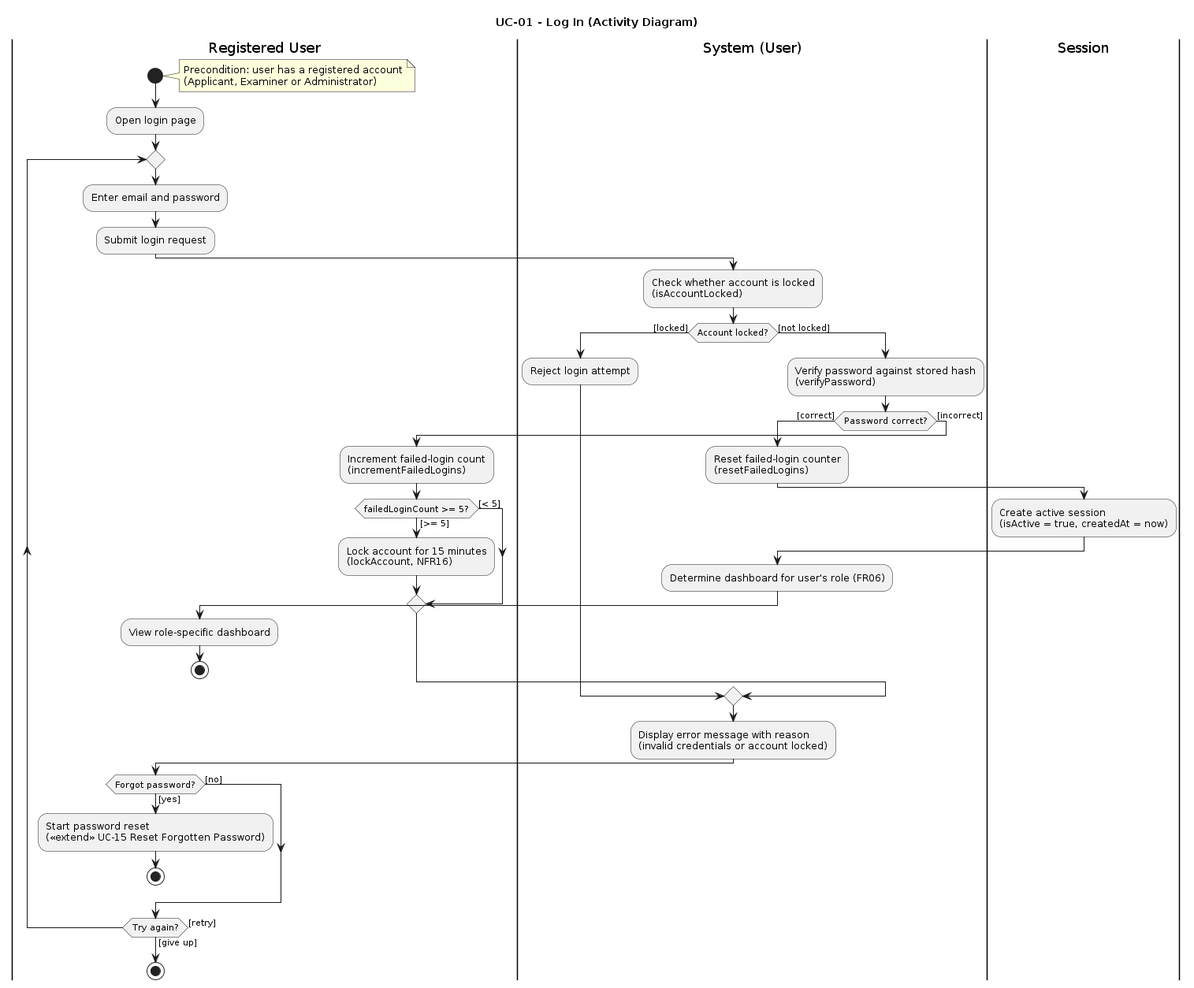
Earlier version of the PlantUML export Project/Behavioral_Modeling/Activity_Diagrams/AD_UC01_Log_In.png (COE420-Group8-F26/Driving-Test-Booking-and-Results-System). Its diagram source:
```plantuml
@startuml
title UC-01 - Log In (Activity Diagram)

|Registered User|
start
note right
  Precondition: user has a registered account
  (Applicant, Examiner or Administrator)
end note
:Open login page;

repeat
  :Enter email and password;
  :Submit login request;

  |System (User)|
  :Check whether account is locked
  (isAccountLocked);

  if (Account locked?) then ([locked])
    :Reject login attempt;
  else ([not locked])
    :Verify password against stored hash
    (verifyPassword);

    if (Password correct?) then ([correct])
      :Reset failed-login counter
      (resetFailedLogins);

      |Session|
      :Create active session
      (isActive = true, createdAt = now);

      |System (User)|
      :Determine dashboard for user's role (FR06);

      |Registered User|
      :View role-specific dashboard;
      stop

    else ([incorrect])
      :Increment failed-login count
      (incrementFailedLogins);

      if (failedLoginCount >= 5?) then ([>= 5])
        :Lock account for 15 minutes
        (lockAccount, NFR16);
      else ([< 5])
      endif
    endif
  endif

  |System (User)|
  :Display error message with reason
  (invalid credentials or account locked);

  |Registered User|
  if (Forgot password?) then ([yes])
    :Start password reset
    («extend» UC-15 Reset Forgotten Password);
    stop
  else ([no])
  endif

repeat while (Try again?) is ([retry]) not ([give up])

stop
@enduml
```
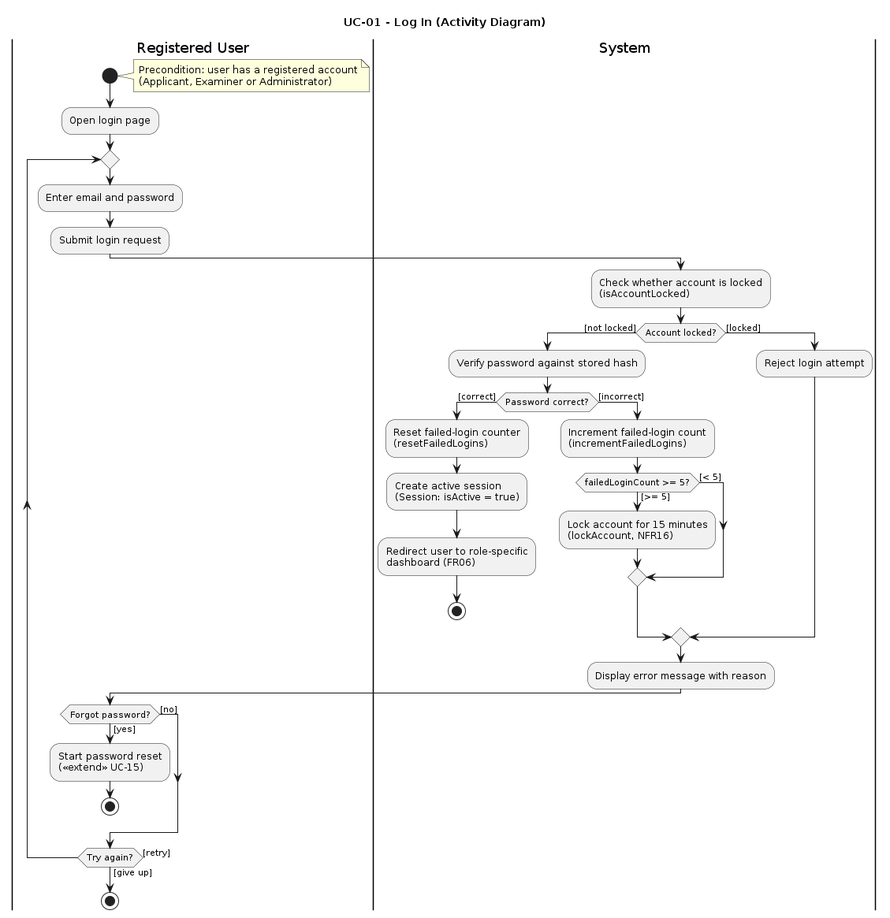
The same file after the commit.

Commit message:
Fix UC-01 activity and sequence diagrams per Lab 7 consistency check

The edit, as a diff of the source:
```diff
@@ -10,54 +10,45 @@
 :Open login page;
 
 repeat
+  |Registered User|
   :Enter email and password;
   :Submit login request;
 
-  |System (User)|
+  |System|
   :Check whether account is locked
   (isAccountLocked);
 
-  if (Account locked?) then ([locked])
-    :Reject login attempt;
-  else ([not locked])
-    :Verify password against stored hash
-    (verifyPassword);
+  if (Account locked?) then ([not locked])
+    :Verify password against stored hash;
 
     if (Password correct?) then ([correct])
       :Reset failed-login counter
       (resetFailedLogins);
-
-      |Session|
       :Create active session
-      (isActive = true, createdAt = now);
-
-      |System (User)|
-      :Determine dashboard for user's role (FR06);
-
-      |Registered User|
-      :View role-specific dashboard;
+      (Session: isActive = true);
+      :Redirect user to role-specific
+      dashboard (FR06);
       stop
-
     else ([incorrect])
       :Increment failed-login count
       (incrementFailedLogins);
-
       if (failedLoginCount >= 5?) then ([>= 5])
         :Lock account for 15 minutes
         (lockAccount, NFR16);
       else ([< 5])
       endif
     endif
+
+  else ([locked])
+    :Reject login attempt;
   endif
 
-  |System (User)|
-  :Display error message with reason
-  (invalid credentials or account locked);
+  :Display error message with reason;
 
   |Registered User|
   if (Forgot password?) then ([yes])
     :Start password reset
-    («extend» UC-15 Reset Forgotten Password);
+    («extend» UC-15);
     stop
   else ([no])
   endif
```
